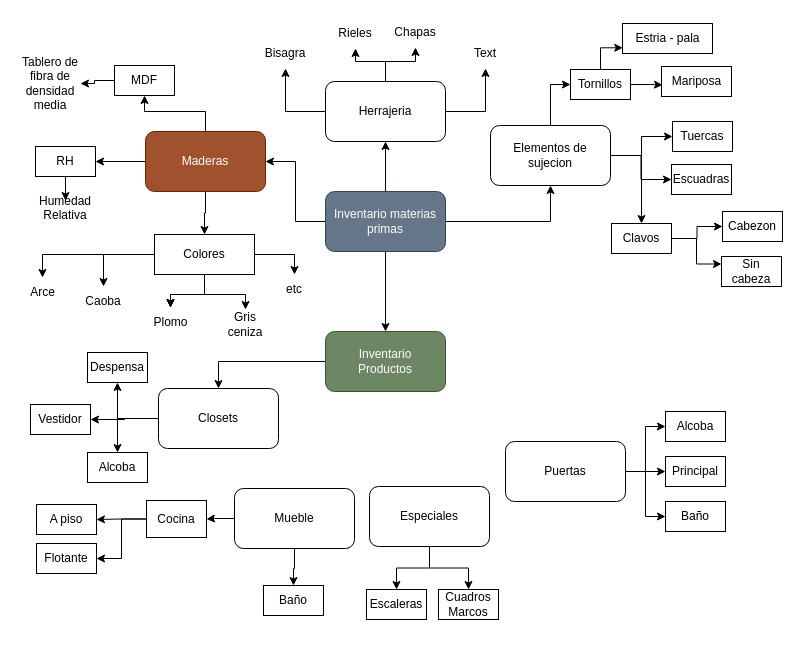
DavidSteyr/diagramaProcesosTGS keeps this draw.io diagram as Diagrama sin título.drawio. Above is the earlier version. Source tidied: cells renumbered, new cells numbered last; positions are measured from the earlier drawing's top-left corner, leaving out a move shared by most shapes. Both pictures are drawn from the tidied source at 100%, with x=0, y=0 at pixel (17, 17).
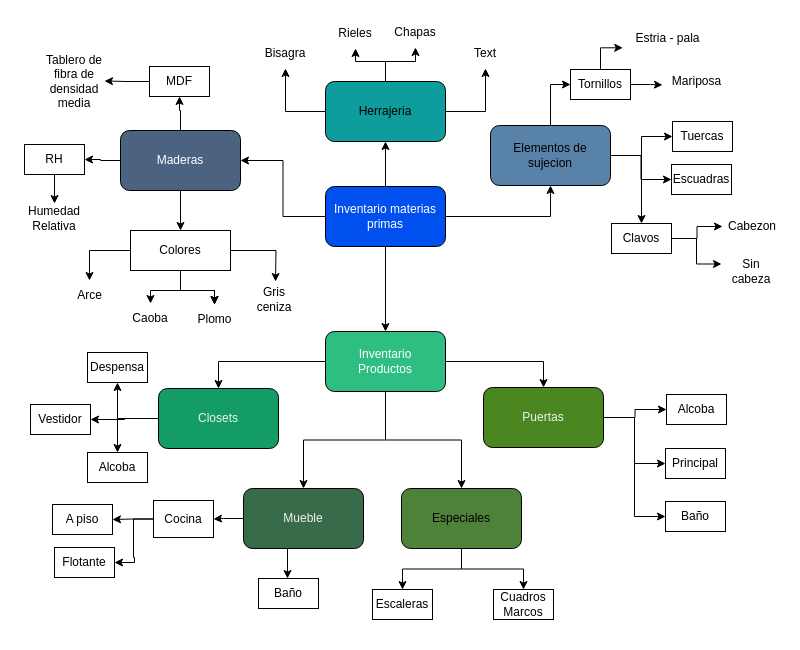
The same page after the edit.

Diff of the diagram source:
```diff
@@
-    <mxCell id="3" style="edgeStyle=orthogonalEdgeStyle;rounded=0;jettySize=auto;html=1;" parent="1" edge="1" source="6" target="22">
-      <mxGeometry relative="1" as="geometry" />
-    </mxCell>
@@
+    <mxCell id="3" style="edgeStyle=orthogonalEdgeStyle;rounded=0;jettySize=auto;html=1;entryX=1;entryY=0.5;entryDx=0;entryDy=0;" parent="1" edge="1" source="6" target="22">
+      <mxGeometry relative="1" as="geometry" />
+    </mxCell>
-    <mxCell id="6" value="Inventario materias primas" style="rounded=1;whiteSpace=wrap;html=1;fillColor=#647687;fontColor=#ffffff;strokeColor=#314354;" parent="1" vertex="1">
-      <mxGeometry x="308" y="174" width="120" height="60" as="geometry" />
+    <mxCell id="6" value="Inventario materias primas" style="rounded=1;whiteSpace=wrap;html=1;fillColor=#0050ef;fontColor=#ffffff;strokeColor=#000000;" parent="1" vertex="1">
+      <mxGeometry x="308" y="169" width="120" height="60" as="geometry" />
     </mxCell>
@@
+    <mxCell id="86" style="edgeStyle=orthogonalEdgeStyle;rounded=0;jettySize=auto;html=1;" parent="1" edge="1" source="8" target="33">
+      <mxGeometry relative="1" as="geometry" />
+    </mxCell>
+    <mxCell id="87" style="edgeStyle=orthogonalEdgeStyle;rounded=0;jettySize=auto;html=1;" parent="1" edge="1" source="8" target="36">
+      <mxGeometry relative="1" as="geometry" />
+    </mxCell>
+    <mxCell id="88" style="edgeStyle=orthogonalEdgeStyle;rounded=0;jettySize=auto;html=1;entryX=0.5;entryY=0;entryDx=0;entryDy=0;" parent="1" edge="1" source="8" target="26">
+      <mxGeometry relative="1" as="geometry" />
+    </mxCell>
-    <mxCell id="8" value="&lt;div&gt;Inventario&lt;/div&gt;&lt;div&gt;Productos&lt;br&gt;&lt;/div&gt;" style="whiteSpace=wrap;html=1;rounded=1;fillColor=#6d8764;fontColor=#ffffff;strokeColor=#3A5431;" parent="1" vertex="1">
+    <mxCell id="8" value="&lt;div&gt;Inventario&lt;/div&gt;&lt;div&gt;Productos&lt;br&gt;&lt;/div&gt;" style="whiteSpace=wrap;html=1;rounded=1;fillColor=#2ebe81;fontColor=#ffffff;strokeColor=#000000;" parent="1" vertex="1">
       <mxGeometry x="308" y="314" width="120" height="60" as="geometry" />
     </mxCell>
@@
-    <mxCell id="13" value="&lt;div&gt;Elementos de sujecion&lt;/div&gt;" style="rounded=1;whiteSpace=wrap;html=1;" parent="1" vertex="1">
+    <mxCell id="13" value="&lt;div&gt;Elementos de sujecion&lt;/div&gt;" style="rounded=1;whiteSpace=wrap;html=1;fillColor=#5882a7;strokeColor=#000000;" parent="1" vertex="1">
       <mxGeometry x="473" y="108" width="120" height="60" as="geometry" />
     </mxCell>
@@
-    <mxCell id="18" value="Herrajeria" style="rounded=1;whiteSpace=wrap;html=1;" parent="1" vertex="1">
+    <mxCell id="18" value="Herrajeria" style="rounded=1;whiteSpace=wrap;html=1;fillColor=#0E9C9C;strokeColor=#000000;" parent="1" vertex="1">
       <mxGeometry x="308" y="64" width="120" height="60" as="geometry" />
     </mxCell>
@@
-    <mxCell id="22" value="Maderas" style="rounded=1;whiteSpace=wrap;html=1;fillColor=#a0522d;fontColor=#ffffff;strokeColor=#6D1F00;" parent="1" vertex="1">
-      <mxGeometry x="128" y="114" width="120" height="60" as="geometry" />
+    <mxCell id="22" value="Maderas" style="rounded=1;whiteSpace=wrap;html=1;fillColor=#4b6281;fontColor=#ffffff;strokeColor=#000000;" parent="1" vertex="1">
+      <mxGeometry x="103" y="113" width="120" height="60" as="geometry" />
     </mxCell>
@@
-    <mxCell id="26" value="&lt;div&gt;Puertas&lt;/div&gt;" style="rounded=1;whiteSpace=wrap;html=1;" parent="1" vertex="1">
-      <mxGeometry x="488" y="424" width="120" height="60" as="geometry" />
+    <mxCell id="26" value="&lt;div&gt;Puertas&lt;/div&gt;" style="rounded=1;whiteSpace=wrap;html=1;fillColor=#4A8720;strokeColor=#000000;fontColor=#F0F0F0;" parent="1" vertex="1">
+      <mxGeometry x="466" y="370" width="120" height="60" as="geometry" />
     </mxCell>
@@
-    <mxCell id="30" value="Closets" style="rounded=1;whiteSpace=wrap;html=1;" parent="1" vertex="1">
+    <mxCell id="30" value="Closets" style="rounded=1;whiteSpace=wrap;html=1;fillColor=#149c66;strokeColor=#000000;fontColor=#F0F0F0;" parent="1" vertex="1">
       <mxGeometry x="141" y="371" width="120" height="60" as="geometry" />
     </mxCell>
@@
-    <mxCell id="32" style="edgeStyle=orthogonalEdgeStyle;rounded=0;jettySize=auto;html=1;entryX=0.5;entryY=0;entryDx=0;entryDy=0;" parent="1" edge="1" source="33" target="43">
-      <mxGeometry relative="1" as="geometry" />
-    </mxCell>
+    <mxCell id="89" style="edgeStyle=orthogonalEdgeStyle;rounded=0;orthogonalLoop=1;jettySize=auto;html=1;" parent="1" edge="1">
+      <mxGeometry relative="1" as="geometry">
+        <mxPoint x="285" y="531" as="sourcePoint" />
+        <mxPoint x="270" y="561" as="targetPoint" />
+      </mxGeometry>
+    </mxCell>
-    <mxCell id="33" value="&lt;div&gt;Mueble&lt;/div&gt;" style="rounded=1;whiteSpace=wrap;html=1;" parent="1" vertex="1">
-      <mxGeometry x="217" y="471" width="120" height="60" as="geometry" />
+    <mxCell id="33" value="&lt;div&gt;Mueble&lt;/div&gt;" style="rounded=1;whiteSpace=wrap;html=1;fillColor=#386b4a;strokeColor=#000000;fontColor=#F0F0F0;" parent="1" vertex="1">
+      <mxGeometry x="226" y="471" width="120" height="60" as="geometry" />
     </mxCell>
@@
-    <mxCell id="36" value="Especiales" style="rounded=1;whiteSpace=wrap;html=1;" parent="1" vertex="1">
-      <mxGeometry x="352" y="469" width="120" height="60" as="geometry" />
+    <mxCell id="36" value="Especiales" style="rounded=1;whiteSpace=wrap;html=1;fillColor=#4e8239;strokeColor=#000000;" parent="1" vertex="1">
+      <mxGeometry x="384" y="471" width="120" height="60" as="geometry" />
     </mxCell>
     <mxCell id="37" value="Alcoba" style="text;html=1;strokeColor=default;fillColor=none;align=center;verticalAlign=middle;whiteSpace=wrap;rounded=0;" parent="1" vertex="1">
-      <mxGeometry x="648" y="394" width="60" height="30" as="geometry" />
+      <mxGeometry x="649" y="377" width="60" height="30" as="geometry" />
     </mxCell>
     <mxCell id="38" value="Principal" style="text;html=1;strokeColor=default;fillColor=none;align=center;verticalAlign=middle;whiteSpace=wrap;rounded=0;" parent="1" vertex="1">
-      <mxGeometry x="648" y="439" width="60" height="30" as="geometry" />
+      <mxGeometry x="648" y="431" width="60" height="30" as="geometry" />
     </mxCell>
@@
     <mxCell id="42" value="&lt;div&gt;Cocina&lt;/div&gt;" style="text;html=1;strokeColor=default;fillColor=default;align=center;verticalAlign=middle;whiteSpace=wrap;rounded=0;" parent="1" vertex="1">
-      <mxGeometry x="129" y="483" width="60" height="37" as="geometry" />
+      <mxGeometry x="136" y="483" width="60" height="37" as="geometry" />
     </mxCell>
     <mxCell id="43" value="Baño" style="text;html=1;strokeColor=default;fillColor=none;align=center;verticalAlign=middle;whiteSpace=wrap;rounded=0;" parent="1" vertex="1">
-      <mxGeometry x="246" y="568" width="60" height="30" as="geometry" />
+      <mxGeometry x="241" y="561" width="60" height="30" as="geometry" />
     </mxCell>
     <mxCell id="44" value="Escaleras" style="text;html=1;strokeColor=default;fillColor=none;align=center;verticalAlign=middle;whiteSpace=wrap;rounded=0;" parent="1" vertex="1">
-      <mxGeometry x="349" y="572" width="60" height="30" as="geometry" />
+      <mxGeometry x="355" y="572" width="60" height="30" as="geometry" />
     </mxCell>
     <mxCell id="45" value="&lt;div&gt;&lt;br&gt;&lt;/div&gt;&lt;div&gt;Cuadros&lt;/div&gt;&lt;div&gt;Marcos&lt;/div&gt;&lt;div&gt;&lt;br&gt;&lt;/div&gt;" style="text;html=1;strokeColor=default;fillColor=none;align=center;verticalAlign=middle;whiteSpace=wrap;rounded=0;" parent="1" vertex="1">
-      <mxGeometry x="421" y="572" width="60" height="30" as="geometry" />
+      <mxGeometry x="476" y="572" width="60" height="30" as="geometry" />
     </mxCell>
     <mxCell id="46" value="Flotante" style="text;html=1;strokeColor=default;fillColor=none;align=center;verticalAlign=middle;whiteSpace=wrap;rounded=0;" parent="1" vertex="1">
-      <mxGeometry x="19" y="526" width="60" height="30" as="geometry" />
+      <mxGeometry x="37" y="530" width="60" height="30" as="geometry" />
     </mxCell>
     <mxCell id="47" value="A piso" style="text;html=1;strokeColor=default;fillColor=none;align=center;verticalAlign=middle;whiteSpace=wrap;rounded=0;" parent="1" vertex="1">
-      <mxGeometry x="19" y="487" width="60" height="30" as="geometry" />
+      <mxGeometry x="35" y="487" width="60" height="30" as="geometry" />
     </mxCell>
-    <mxCell id="48" style="edgeStyle=orthogonalEdgeStyle;rounded=0;jettySize=auto;html=1;entryX=0.5;entryY=0;entryDx=0;entryDy=0;" parent="1" edge="1" source="49" target="53">
+    <mxCell id="48" style="edgeStyle=orthogonalEdgeStyle;rounded=0;jettySize=auto;html=1;" parent="1" edge="1" source="49" target="53">
       <mxGeometry relative="1" as="geometry" />
     </mxCell>
     <mxCell id="49" value="RH" style="text;html=1;strokeColor=default;fillColor=default;align=center;verticalAlign=middle;whiteSpace=wrap;rounded=0;" parent="1" vertex="1">
-      <mxGeometry x="18" y="129" width="60" height="30" as="geometry" />
+      <mxGeometry x="7" y="127" width="60" height="30" as="geometry" />
     </mxCell>
@@
     <mxCell id="51" value="MDF" style="text;html=1;strokeColor=default;fillColor=default;align=center;verticalAlign=middle;whiteSpace=wrap;rounded=0;" parent="1" vertex="1">
-      <mxGeometry x="97" y="48" width="60" height="30" as="geometry" />
+      <mxGeometry x="132" y="49" width="60" height="30" as="geometry" />
     </mxCell>
     <mxCell id="52" value="Tablero de fibra de densidad media" style="text;html=1;strokeColor=none;fillColor=none;align=center;verticalAlign=middle;whiteSpace=wrap;rounded=0;" parent="1" vertex="1">
-      <mxGeometry x="3" y="51" width="60" height="30" as="geometry" />
+      <mxGeometry x="27" y="32" width="60" height="63" as="geometry" />
     </mxCell>
-    <mxCell id="53" value="&#10;Humedad Relativa&#10;&#10;" style="text;html=1;strokeColor=none;fillColor=none;align=center;verticalAlign=middle;whiteSpace=wrap;rounded=0;" parent="1" vertex="1">
-      <mxGeometry x="18" y="183" width="60" height="30" as="geometry" />
-    </mxCell>
@@
-    <mxCell id="66" value="Estria - pala" style="text;html=1;align=center;verticalAlign=middle;points=[];strokeColor=default;fillColor=none;" parent="1" vertex="1">
+    <mxCell id="66" value="Estria - pala" style="text;html=1;align=center;verticalAlign=middle;points=[];strokeColor=none;fillColor=none;" parent="1" vertex="1">
       <mxGeometry x="605" y="6" width="90" height="30" as="geometry" />
     </mxCell>
@@
-    <mxCell id="72" style="edgeStyle=orthogonalEdgeStyle;rounded=0;jettySize=auto;html=1;entryX=0.5;entryY=0;entryDx=0;entryDy=0;" parent="1" edge="1" source="74" target="78">
-      <mxGeometry relative="1" as="geometry" />
-    </mxCell>
-    <mxCell id="73" style="edgeStyle=orthogonalEdgeStyle;rounded=0;jettySize=auto;html=1;entryX=0.5;entryY=0;entryDx=0;entryDy=0;" parent="1" edge="1" source="74" target="79">
-      <mxGeometry relative="1" as="geometry" />
-    </mxCell>
+    <mxCell id="90" style="edgeStyle=orthogonalEdgeStyle;rounded=0;jettySize=auto;html=1;" parent="1" edge="1" source="74">
+      <mxGeometry relative="1" as="geometry">
+        <mxPoint x="258" y="264" as="targetPoint" />
+      </mxGeometry>
+    </mxCell>
     <mxCell id="74" value="Colores" style="rounded=0;whiteSpace=wrap;html=1;direction=west;" parent="1" vertex="1">
-      <mxGeometry x="137" y="217" width="100" height="40" as="geometry" />
+      <mxGeometry x="113" y="213" width="100" height="40" as="geometry" />
     </mxCell>
     <mxCell id="75" value="Caoba" style="text;html=1;strokeColor=none;fillColor=none;align=center;verticalAlign=middle;whiteSpace=wrap;rounded=0;" parent="1" vertex="1">
-      <mxGeometry x="56" y="269" width="60" height="30" as="geometry" />
+      <mxGeometry x="103" y="286" width="60" height="30" as="geometry" />
     </mxCell>
     <mxCell id="76" value="Arce" style="text;html=1;align=center;verticalAlign=middle;points=[];strokeColor=none;fillColor=none;" parent="1" vertex="1">
-      <mxGeometry y="260" width="50" height="30" as="geometry" />
+      <mxGeometry x="47" y="263" width="50" height="30" as="geometry" />
     </mxCell>
     <mxCell id="77" value="Plomo" style="text;html=1;align=center;verticalAlign=middle;points=[];strokeColor=none;fillColor=none;" parent="1" vertex="1">
-      <mxGeometry x="123" y="290" width="60" height="30" as="geometry" />
+      <mxGeometry x="167" y="287" width="60" height="30" as="geometry" />
     </mxCell>
     <mxCell id="78" value="Gris ceniza" style="text;html=1;strokeColor=none;fillColor=none;align=center;verticalAlign=middle;whiteSpace=wrap;rounded=0;" parent="1" vertex="1">
-      <mxGeometry x="198" y="292" width="60" height="30" as="geometry" />
+      <mxGeometry x="227" y="267" width="60" height="30" as="geometry" />
     </mxCell>
-    <mxCell id="79" value="etc" style="text;html=1;strokeColor=none;fillColor=none;align=center;verticalAlign=middle;whiteSpace=wrap;rounded=0;" parent="1" vertex="1">
-      <mxGeometry x="247" y="257" width="60" height="30" as="geometry" />
-    </mxCell>
@@
-    <mxCell id="83" value="Mariposa" style="text;html=1;align=center;verticalAlign=middle;points=[];strokeColor=default;fillColor=none;" parent="1" vertex="1">
+    <mxCell id="83" value="Mariposa" style="text;html=1;align=center;verticalAlign=middle;points=[];strokeColor=none;fillColor=none;" parent="1" vertex="1">
       <mxGeometry x="644" y="49" width="70" height="30" as="geometry" />
     </mxCell>
-    <mxCell id="84" value="&lt;div&gt;Cabezon&lt;/div&gt;" style="text;html=1;strokeColor=default;fillColor=none;align=center;verticalAlign=middle;whiteSpace=wrap;rounded=0;" parent="1" vertex="1">
+    <mxCell id="84" value="&lt;div&gt;Cabezon&lt;/div&gt;" style="text;html=1;strokeColor=none;fillColor=none;align=center;verticalAlign=middle;whiteSpace=wrap;rounded=0;" parent="1" vertex="1">
       <mxGeometry x="705" y="194" width="60" height="30" as="geometry" />
     </mxCell>
-    <mxCell id="85" value="Sin cabeza" style="text;html=1;strokeColor=default;fillColor=none;align=center;verticalAlign=middle;whiteSpace=wrap;rounded=0;" parent="1" vertex="1">
+    <mxCell id="85" value="Sin cabeza" style="text;html=1;strokeColor=none;fillColor=none;align=center;verticalAlign=middle;whiteSpace=wrap;rounded=0;" parent="1" vertex="1">
       <mxGeometry x="704" y="239" width="60" height="30" as="geometry" />
     </mxCell>
+    <mxCell id="53" value="Humedad Relativa" style="text;html=1;strokeColor=none;fillColor=none;align=center;verticalAlign=middle;whiteSpace=wrap;rounded=0;" parent="1" vertex="1">
+      <mxGeometry x="7" y="186" width="60" height="30" as="geometry" />
+    </mxCell>
```
